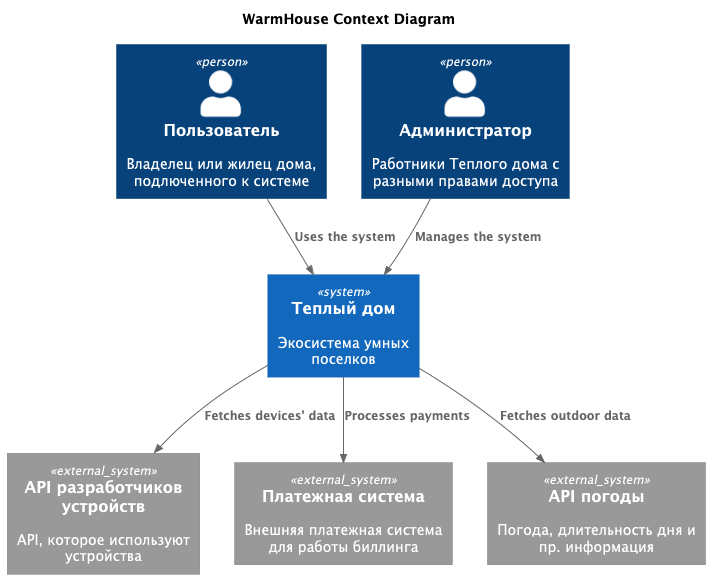
Ivan-Artamonov/architecture-warmhouse keeps this PlantUML diagram as img/context_c4-WarmHouse_Context_Diagram.png. Above is the earlier version.
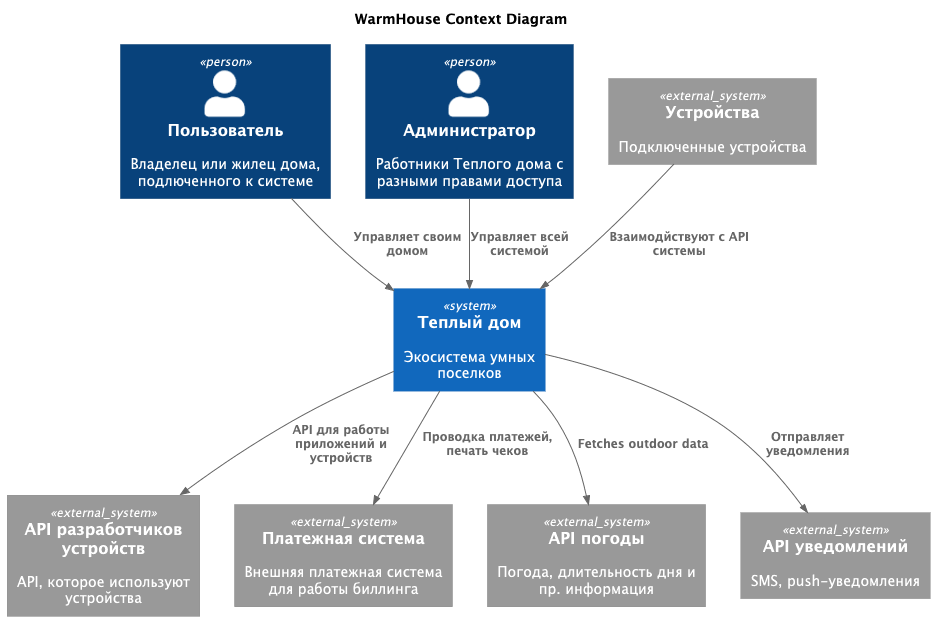
The same file after the commit.

Commit message:
Add component and contaiter diagrams

The edit, as a diff of the source:
```diff
@@ -1,22 +1,27 @@
 @startuml
+!RELATIVE_INCLUDE = 1
+!include ./C4_Context.puml
+
 title WarmHouse Context Diagram
 
 top to bottom direction
-
-!includeurl https://raw.githubusercontent.com/RicardoNiepel/C4-PlantUML/master/C4_Component.puml
 
 Person(user, "Пользователь", "Владелец или жилец дома, подлюченного к системе")
 Person(admin, "Администратор", "Работники Теплого дома с разными правами доступа")
 System(WarmHouse, "Теплый дом", "Экосистема умных поселков")
 
+System_Ext(devices, "Устройства", "Подключенные устройства")
 System_Ext(api, "API разработчиков устройств", "API, которое используют устройства")
 System_Ext(bank, "Платежная система", "Внешняя платежная система для работы биллинга")
 System_Ext(weather, "API погоды", "Погода, длительность дня и пр. информация")
+System_Ext(sms, "API уведомлений", "SMS, push-уведомления")
 
-Rel(user, WarmHouse, "Uses the system")
-Rel(admin,WarmHouse,"Manages the system")
-Rel(WarmHouse,api,"Fetches devices' data")
-Rel(WarmHouse,bank,"Processes payments")
+Rel(user, WarmHouse, "Управляет своим домом")
+Rel(admin,WarmHouse,"Управляет всей системой")
+Rel(devices,WarmHouse,"Взаимодйствуют с API системы")
+Rel(WarmHouse,api,"API для работы приложений и устройств")
+Rel(WarmHouse,bank,"Проводка платежей, печать чеков")
 Rel(WarmHouse,weather,"Fetches outdoor data")
+Rel(WarmHouse,sms,"Отправляет уведомления")
 
 @enduml
```
